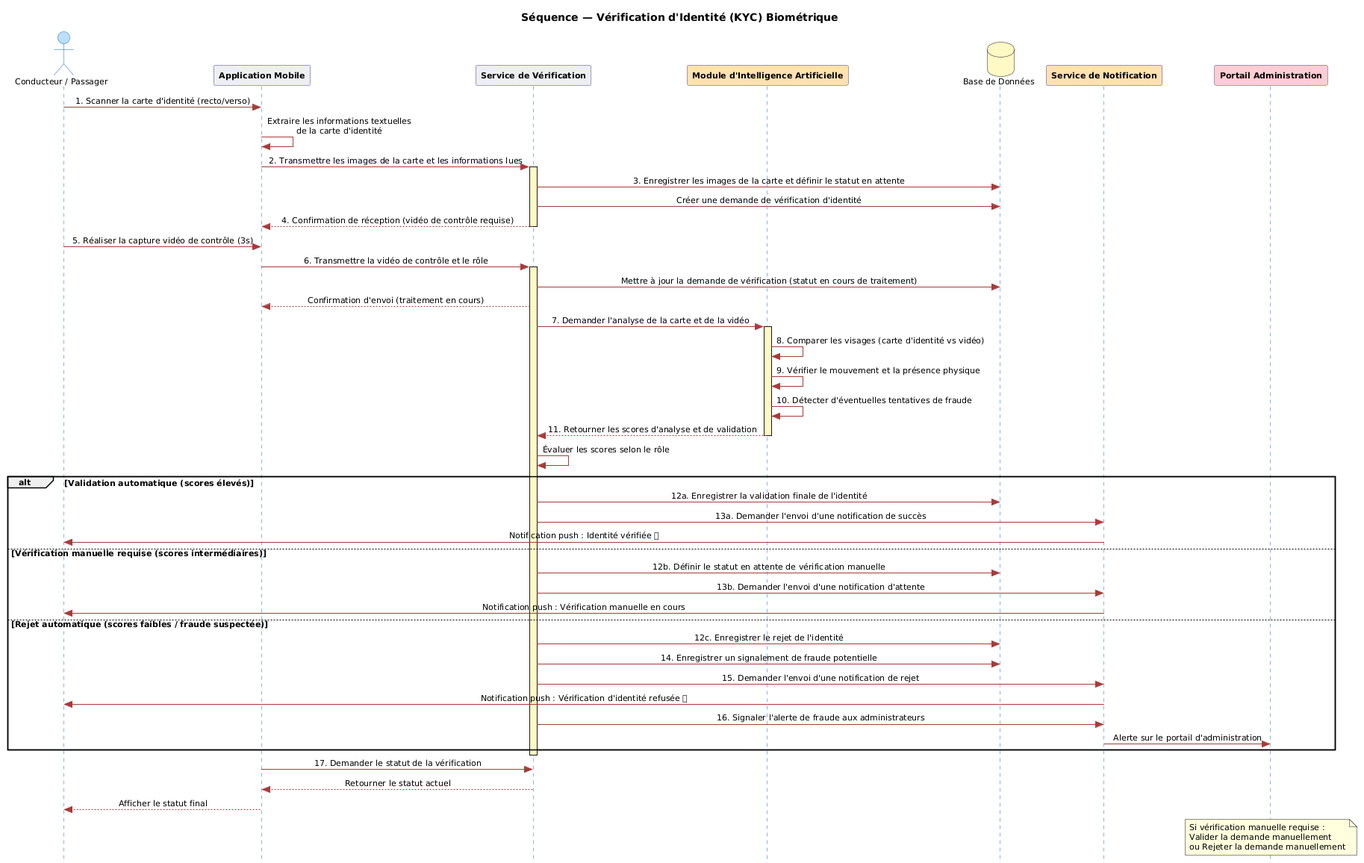
Before: figures/fig_sequence_kyc.png, a diagram exported from PlantUML (Belhormamohamed13/Memiore_RohWinBghit).
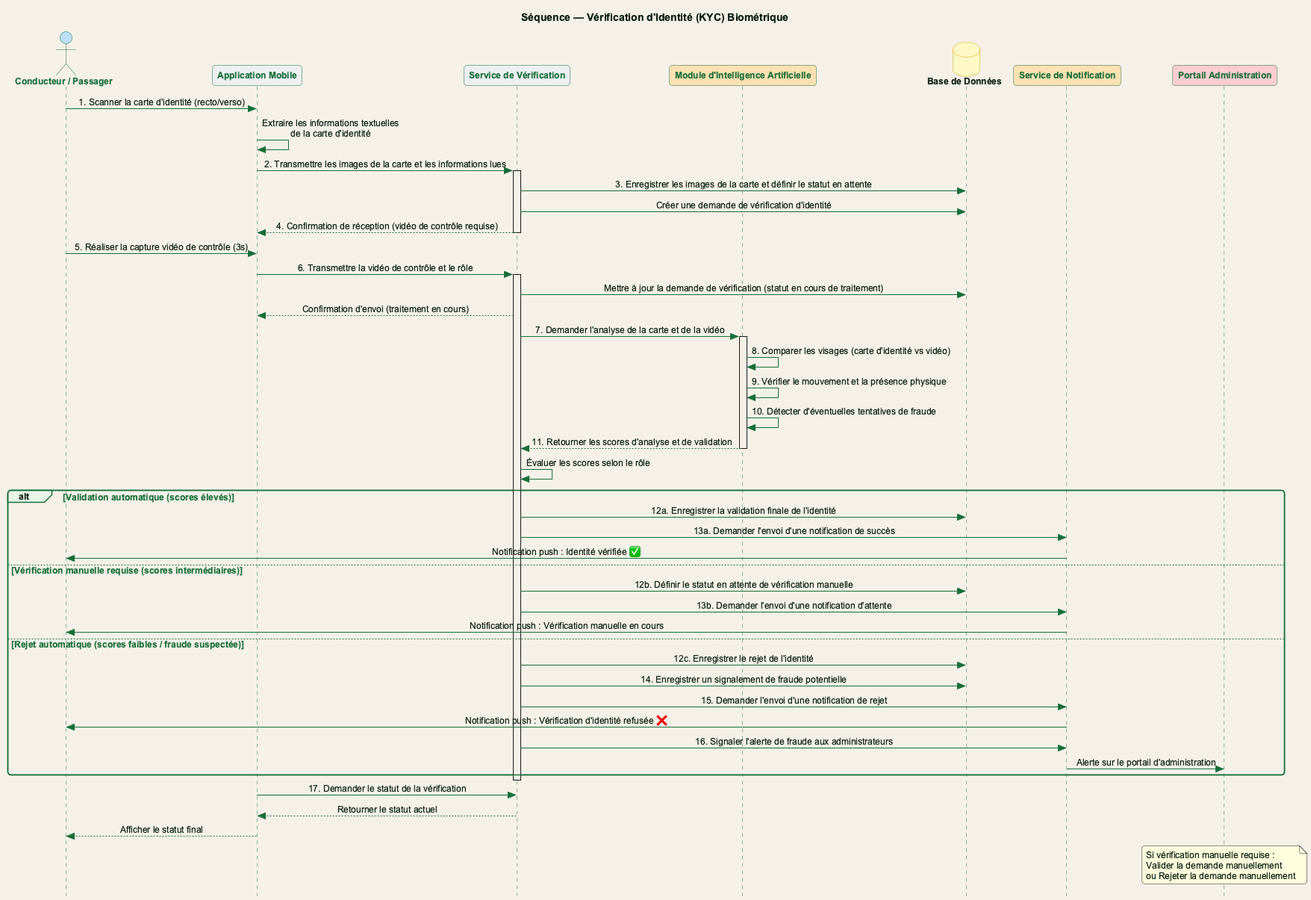
After the commit.

The edit, as a diff of the source:
```diff
@@ -1,22 +1,8 @@
-@startuml
+@startuml fig_sequence_kyc
+!include theme_rohwinbghit.puml
 skinparam style strictuml
-skinparam DefaultFontName Arial
-skinparam DefaultFontSize 11
-skinparam shadowing false
 skinparam SequenceMessageAlignment center
 
-skinparam sequence {
-  ArrowColor #A83B3B
-  ActorBorderColor #1565C0
-  ActorBackgroundColor #BBDEFB
-  LifeLineBorderColor #1565C0
-  LifeLineBackgroundColor #FFF9C4
-  ParticipantBorderColor #4B3A8B
-  ParticipantBackgroundColor #D1C4E9
-  ParticipantFontStyle bold
-  DatabaseBorderColor #F9A825
-  DatabaseBackgroundColor #FFF9C4
-}
 
 title Séquence — Vérification d'Identité (KYC) Biométrique
 
```
